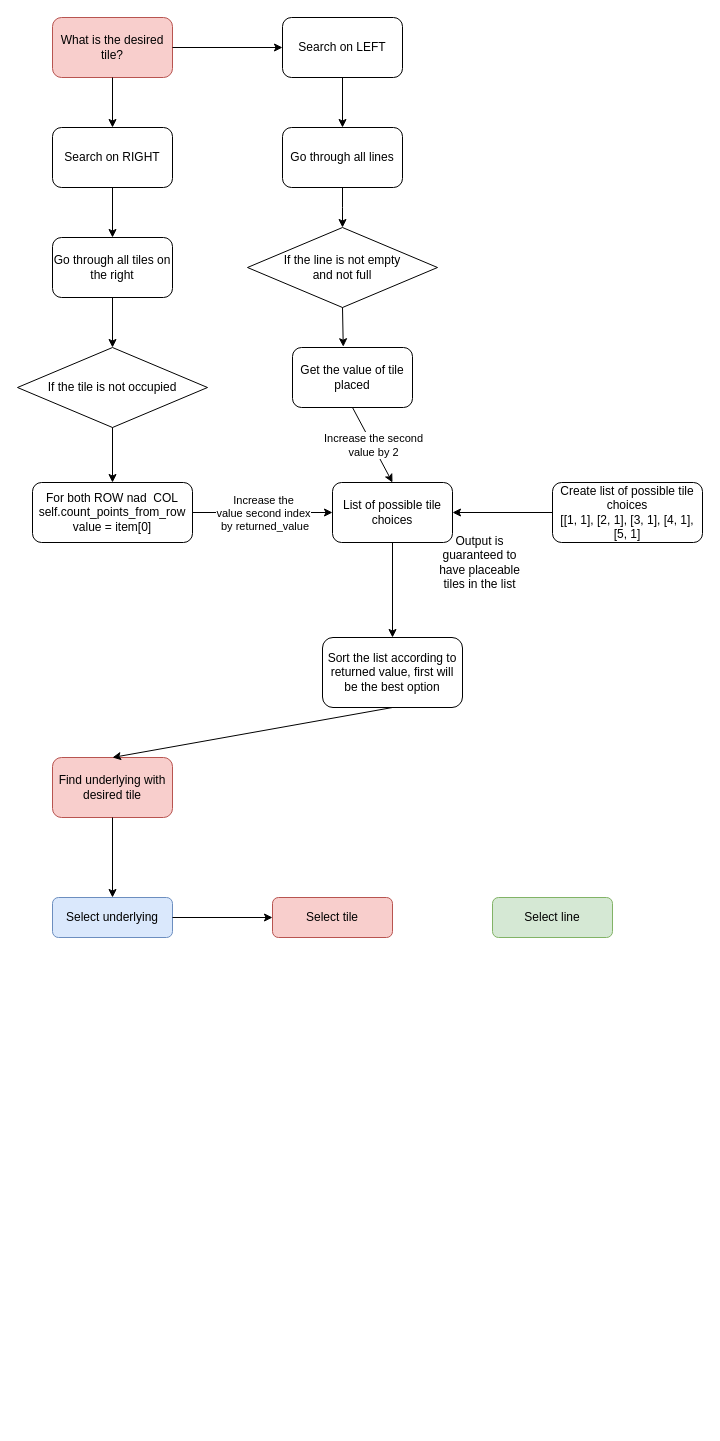
This is Diagram bez názvu.drawio from hejdyson/azul, a draw.io file, before an edit. Source tidied: cells renumbered, new cells numbered last; positions are measured from the earlier drawing's top-left corner, leaving out a move shared by most shapes. Both pictures are drawn from the tidied source at 100%, with x=0, y=0 at pixel (17, 17).
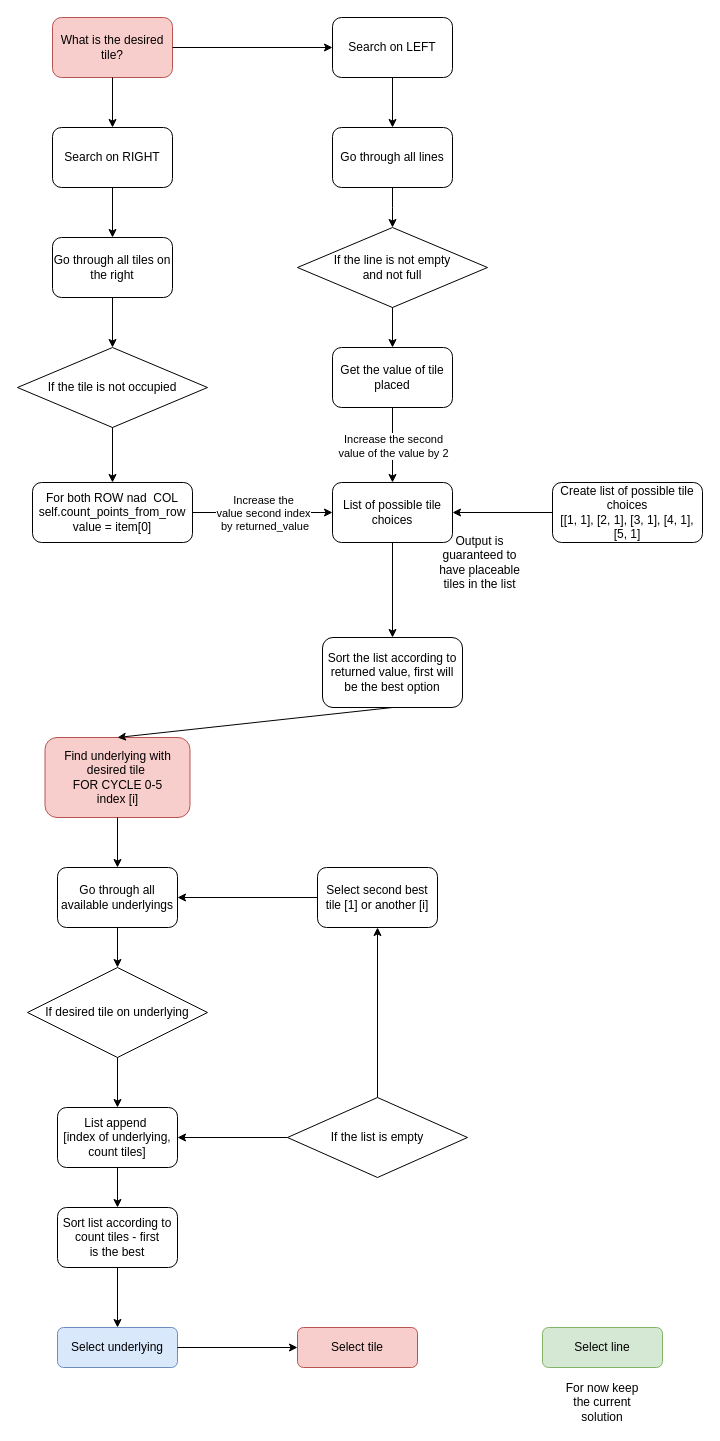
Above is the later version.

Commit message:
completed for tile and underlying

Unchanged cells that the change refers to:
```xml
<mxCell id="31" style="endArrow=classic;html=1;rounded=0;exitX=0.5;exitY=1;exitDx=0;exitDy=0;entryX=0.5;entryY=0;entryDx=0;entryDy=0;" parent="1" edge="1" source="26" target="14">
  <mxGeometry relative="1" as="geometry" />
</mxCell>
```

Diff of the diagram source:
```diff
@@
     <mxCell id="2" value="Select underlying" style="rounded=1;whiteSpace=wrap;html=1;fontSize=12;glass=0;strokeWidth=1;shadow=0;fillColor=#dae8fc;strokeColor=#6c8ebf;" parent="1" vertex="1">
-      <mxGeometry x="35" y="880" width="120" height="40" as="geometry" />
+      <mxGeometry x="40" y="1310" width="120" height="40" as="geometry" />
     </mxCell>
     <mxCell id="3" value="Select tile" style="rounded=1;whiteSpace=wrap;html=1;fontSize=12;glass=0;strokeWidth=1;shadow=0;fillColor=#f8cecc;strokeColor=#b85450;" parent="1" vertex="1">
-      <mxGeometry x="255" y="880" width="120" height="40" as="geometry" />
+      <mxGeometry x="280" y="1310" width="120" height="40" as="geometry" />
     </mxCell>
     <mxCell id="4" value="Select line" style="rounded=1;whiteSpace=wrap;html=1;fontSize=12;glass=0;strokeWidth=1;shadow=0;fillColor=#d5e8d4;strokeColor=#82b366;" parent="1" vertex="1">
-      <mxGeometry x="475" y="880" width="120" height="40" as="geometry" />
+      <mxGeometry x="525" y="1310" width="120" height="40" as="geometry" />
     </mxCell>
-    <mxCell id="5" value="Find underlying with desired tile" style="rounded=1;whiteSpace=wrap;html=1;fillColor=#f8cecc;strokeColor=#b85450;" parent="1" vertex="1">
-      <mxGeometry x="35" y="740" width="120" height="60" as="geometry" />
+    <mxCell id="5" value="Find underlying with desired tile&amp;nbsp;&lt;br&gt;FOR CYCLE 0-5&lt;br&gt;index [i]" style="rounded=1;whiteSpace=wrap;html=1;fillColor=#f8cecc;strokeColor=#b85450;" parent="1" vertex="1">
+      <mxGeometry x="27.5" y="720" width="145" height="80" as="geometry" />
     </mxCell>
-    <mxCell id="6" style="endArrow=classic;html=1;rounded=0;exitX=0.5;exitY=1;exitDx=0;exitDy=0;entryX=0.5;entryY=0;entryDx=0;entryDy=0;" parent="1" edge="1" source="5" target="2">
-      <mxGeometry relative="1" as="geometry" />
-    </mxCell>
@@
     <mxCell id="22" value="Search on LEFT" style="rounded=1;whiteSpace=wrap;html=1;" parent="1" vertex="1">
-      <mxGeometry x="265" width="120" height="60" as="geometry" />
+      <mxGeometry x="315" width="120" height="60" as="geometry" />
     </mxCell>
@@
     <mxCell id="24" value="Go through all lines" style="rounded=1;whiteSpace=wrap;html=1;" parent="1" vertex="1">
-      <mxGeometry x="265" y="110" width="120" height="60" as="geometry" />
+      <mxGeometry x="315" y="110" width="120" height="60" as="geometry" />
     </mxCell>
     <mxCell id="25" value="If the line is not empty &lt;br&gt;and not full" style="rhombus;whiteSpace=wrap;html=1;" parent="1" vertex="1">
-      <mxGeometry x="230" y="210" width="190" height="80" as="geometry" />
+      <mxGeometry x="280" y="210" width="190" height="80" as="geometry" />
     </mxCell>
     <mxCell id="26" value="Get the value of tile placed" style="rounded=1;whiteSpace=wrap;html=1;" parent="1" vertex="1">
-      <mxGeometry x="275" y="330" width="120" height="60" as="geometry" />
+      <mxGeometry x="315" y="330" width="120" height="60" as="geometry" />
     </mxCell>
@@
-    <mxCell id="28" style="endArrow=classic;html=1;rounded=0;entryX=0.5;entryY=0;entryDx=0;entryDy=0;exitX=0.5;exitY=1;exitDx=0;exitDy=0;" parent="1" edge="1" source="24" target="25">
+    <mxCell id="28" style="endArrow=classic;html=1;rounded=0;entryX=0.5;entryY=0;entryDx=0;entryDy=0;exitX=0.5;exitY=1;exitDx=0;exitDy=0;" parent="1" edge="1" source="24">
       <mxGeometry relative="1" as="geometry">
+        <mxPoint x="375" y="210" as="targetPoint" />
         <Array as="points">
-          <mxPoint x="325" y="190" />
+          <mxPoint x="375" y="190" />
         </Array>
       </mxGeometry>
     </mxCell>
@@
-    <mxCell id="32" value="Increase the second &lt;br&gt;value by 2" style="edgeLabel;html=1;align=center;verticalAlign=middle;" parent="31" vertex="1">
+    <mxCell id="32" value="Increase the second &lt;br&gt;value of the value by 2" style="edgeLabel;html=1;align=center;verticalAlign=middle;" parent="31" vertex="1">
       <mxGeometry relative="1" as="geometry" />
     </mxCell>
-    <mxCell id="33" style="endArrow=classic;html=1;rounded=0;entryX=0.423;entryY=-0.013;entryDx=0;entryDy=0;exitX=0.5;exitY=1;exitDx=0;exitDy=0;entryPerimeter=0;" parent="1" edge="1" source="25" target="26">
+    <mxCell id="33" style="endArrow=classic;html=1;rounded=0;entryX=0.5;entryY=0;entryDx=0;entryDy=0;exitX=0.5;exitY=1;exitDx=0;exitDy=0;" parent="1" edge="1" source="25" target="26">
       <mxGeometry relative="1" as="geometry" />
     </mxCell>
@@
+    <mxCell id="36" value="Go through all available underlyings" style="rounded=1;whiteSpace=wrap;html=1;" parent="1" vertex="1">
+      <mxGeometry x="40" y="850" width="120" height="60" as="geometry" />
+    </mxCell>
+    <mxCell id="37" value="If desired tile on underlying" style="rhombus;whiteSpace=wrap;html=1;" parent="1" vertex="1">
+      <mxGeometry x="10" y="950" width="180" height="90" as="geometry" />
+    </mxCell>
+    <mxCell id="38" value="List append&amp;nbsp;&lt;br&gt;[index of underlying, count tiles]" style="rounded=1;whiteSpace=wrap;html=1;" parent="1" vertex="1">
+      <mxGeometry x="40" y="1090" width="120" height="60" as="geometry" />
+    </mxCell>
+    <mxCell id="39" style="endArrow=classic;html=1;rounded=0;exitX=0.5;exitY=1;exitDx=0;exitDy=0;" parent="1" edge="1" source="5" target="36">
+      <mxGeometry relative="1" as="geometry" />
+    </mxCell>
+    <mxCell id="40" style="endArrow=classic;html=1;rounded=0;exitX=0.5;exitY=1;exitDx=0;exitDy=0;entryX=0.5;entryY=0;entryDx=0;entryDy=0;" parent="1" edge="1" source="36" target="37">
+      <mxGeometry relative="1" as="geometry" />
+    </mxCell>
+    <mxCell id="41" style="endArrow=classic;html=1;rounded=0;exitX=0.5;exitY=1;exitDx=0;exitDy=0;" parent="1" edge="1" source="37" target="38">
+      <mxGeometry relative="1" as="geometry" />
+    </mxCell>
+    <mxCell id="42" value="Sort list according to count tiles - first&lt;br&gt;is the best" style="rounded=1;whiteSpace=wrap;html=1;" parent="1" vertex="1">
+      <mxGeometry x="40" y="1190" width="120" height="60" as="geometry" />
+    </mxCell>
+    <mxCell id="43" style="endArrow=classic;html=1;rounded=0;exitX=0.5;exitY=1;exitDx=0;exitDy=0;entryX=0.5;entryY=0;entryDx=0;entryDy=0;" parent="1" edge="1" source="38" target="42">
+      <mxGeometry relative="1" as="geometry" />
+    </mxCell>
+    <mxCell id="44" style="endArrow=classic;html=1;rounded=0;exitX=0.5;exitY=1;exitDx=0;exitDy=0;entryX=0.5;entryY=0;entryDx=0;entryDy=0;" parent="1" edge="1" source="42" target="2">
+      <mxGeometry relative="1" as="geometry" />
+    </mxCell>
+    <mxCell id="45" value="If the list is empty" style="rhombus;whiteSpace=wrap;html=1;" parent="1" vertex="1">
+      <mxGeometry x="270" y="1080" width="180" height="80" as="geometry" />
+    </mxCell>
+    <mxCell id="46" value="Select second best tile [1] or another [i]" style="rounded=1;whiteSpace=wrap;html=1;" parent="1" vertex="1">
+      <mxGeometry x="300" y="850" width="120" height="60" as="geometry" />
+    </mxCell>
+    <mxCell id="47" style="endArrow=classic;html=1;rounded=0;exitX=0;exitY=0.5;exitDx=0;exitDy=0;entryX=1;entryY=0.5;entryDx=0;entryDy=0;" parent="1" edge="1" source="46" target="36">
+      <mxGeometry relative="1" as="geometry" />
+    </mxCell>
+    <mxCell id="48" style="endArrow=classic;html=1;rounded=0;exitX=0.5;exitY=0;exitDx=0;exitDy=0;entryX=0.5;entryY=1;entryDx=0;entryDy=0;" parent="1" edge="1" source="45" target="46">
+      <mxGeometry relative="1" as="geometry" />
+    </mxCell>
+    <mxCell id="49" style="endArrow=classic;html=1;rounded=0;exitX=0;exitY=0.5;exitDx=0;exitDy=0;entryX=1;entryY=0.5;entryDx=0;entryDy=0;" parent="1" edge="1" source="45" target="38">
+      <mxGeometry relative="1" as="geometry" />
+    </mxCell>
+    <mxCell id="50" value="For now keep the current solution" style="text;html=1;strokeColor=none;fillColor=none;align=center;verticalAlign=middle;whiteSpace=wrap;rounded=0;" parent="1" vertex="1">
+      <mxGeometry x="545" y="1370" width="80" height="30" as="geometry" />
+    </mxCell>
```
